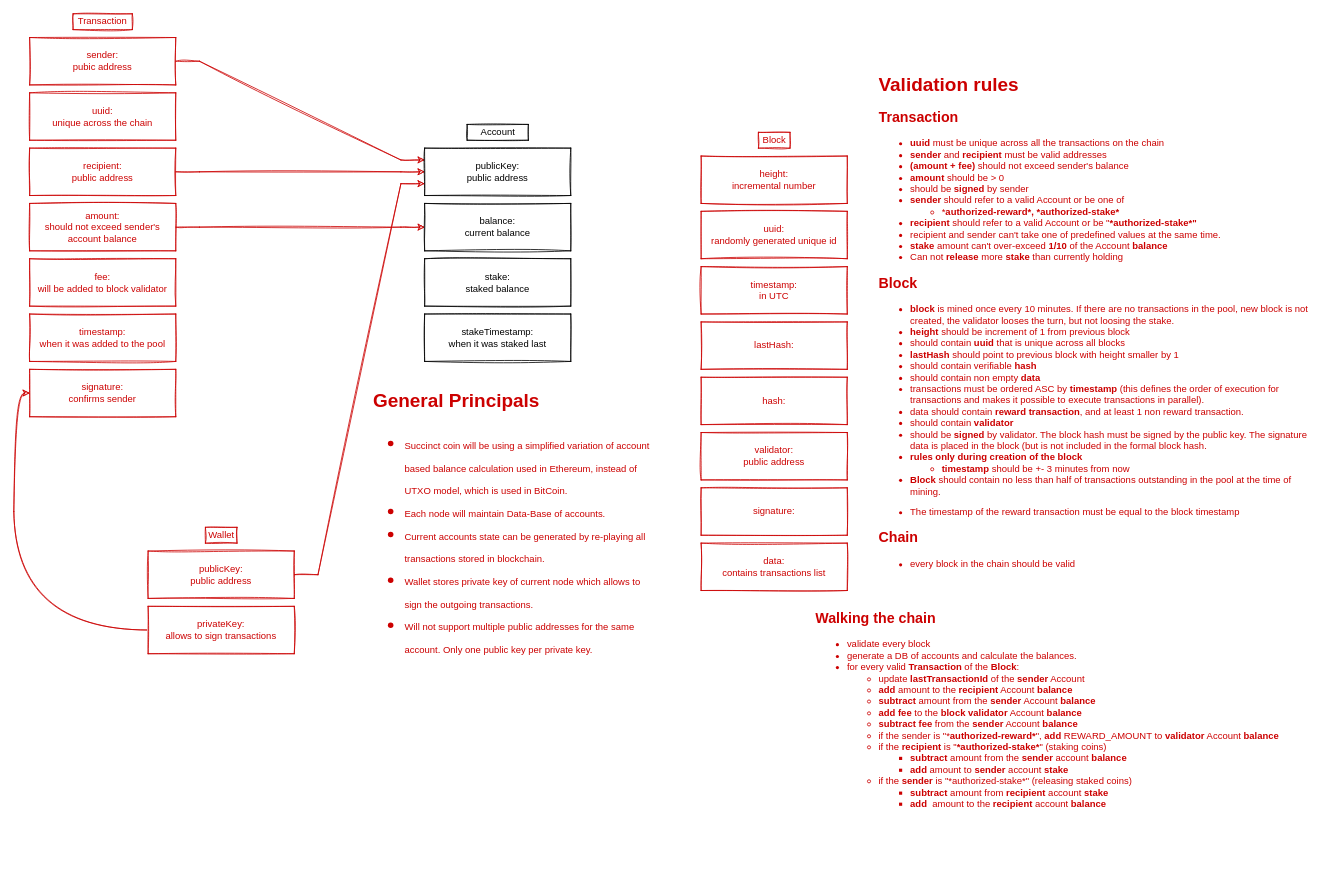
Earlier version of the draw.io diagram docs/Transaction Structure Diagram.drawio (echowaves/succinctcoin). Source tidied: cells renumbered, new cells numbered last; positions are measured from the earlier drawing's top-left corner, leaving out a move shared by most shapes. Both pictures are drawn from the tidied source at 79%, with x=0, y=0 at pixel (29, 13).
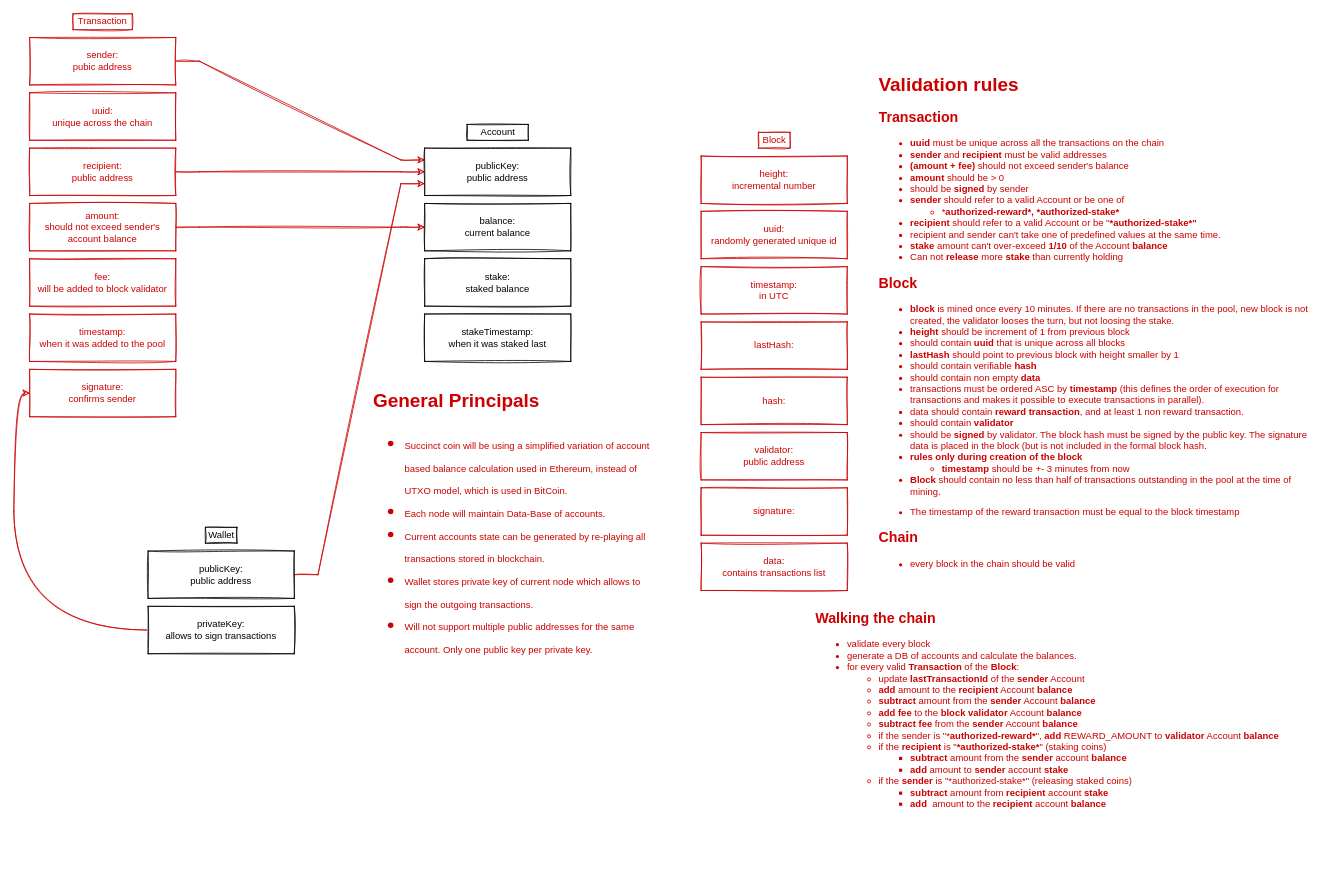
Above is the later version.

The edit, as a diff of the source:
```diff
@@
-    <mxCell id="13" value="Wallet" style="text;html=1;fillColor=none;align=center;verticalAlign=middle;whiteSpace=wrap;rounded=0;sketch=1;strokeColor=#CC0000;fontColor=#CC0000;" parent="1" vertex="1">
+    <mxCell id="13" value="Wallet" style="text;html=1;fillColor=none;align=center;verticalAlign=middle;whiteSpace=wrap;rounded=0;sketch=1;strokeColor=#000000;" parent="1" vertex="1">
       <mxGeometry x="222.5" y="650" width="40" height="20" as="geometry" />
     </mxCell>
@@
-    <mxCell id="15" value="publicKey:&lt;br&gt;public address" style="rounded=0;whiteSpace=wrap;html=1;sketch=1;strokeColor=#CC0000;fontColor=#CC0000;" parent="1" vertex="1">
+    <mxCell id="15" value="publicKey:&lt;br&gt;public address" style="rounded=0;whiteSpace=wrap;html=1;sketch=1;" parent="1" vertex="1">
       <mxGeometry x="150" y="680" width="185" height="60" as="geometry" />
     </mxCell>
@@
-    <mxCell id="17" value="privateKey:&lt;br&gt;allows to sign transactions" style="rounded=0;whiteSpace=wrap;html=1;sketch=1;strokeColor=#CC0000;fontColor=#CC0000;" parent="1" vertex="1">
+    <mxCell id="17" value="privateKey:&lt;br&gt;allows to sign transactions" style="rounded=0;whiteSpace=wrap;html=1;sketch=1;" parent="1" vertex="1">
       <mxGeometry x="150" y="750" width="185" height="60" as="geometry" />
     </mxCell>
```
